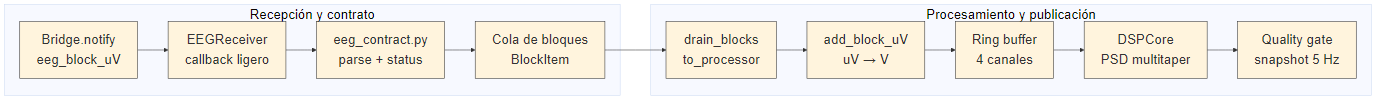
The Mermaid diagram TFG_EEG_MIDI/images/uml/impl_backend_flujo_python.png in valtorresm97/REDACCION-TFG, before a commit. Its source is kept beside it as TFG_EEG_MIDI/images/uml/impl_backend_flujo_python.mmd.
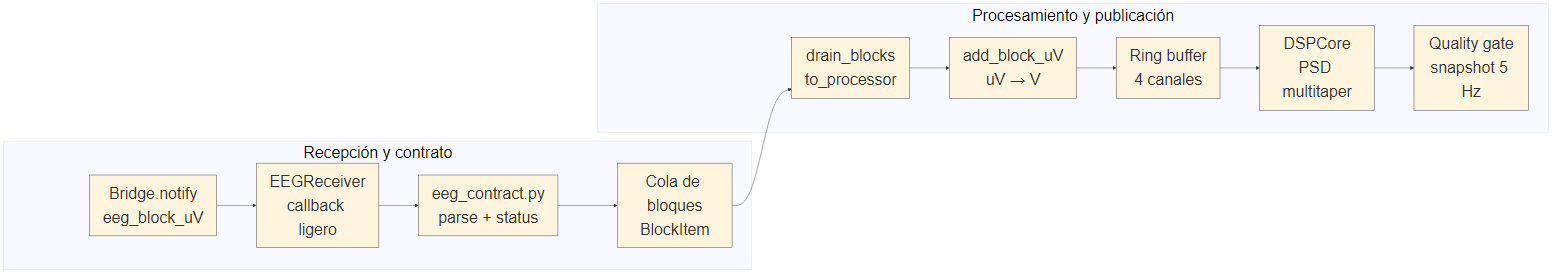
Above is the later version.

Commit message:
Update backend implementation diagrams and section

Change to the diagram source:
```diff
@@ -1,18 +1,25 @@
-%%{init: {"theme": "base", "themeVariables": {"fontSize": "24px", "fontFamily": "Arial", "primaryBorderColor": "#333333", "lineColor": "#333333"}, "flowchart": {"htmlLabels": true, "nodeSpacing": 42, "rankSpacing": 55, "curve": "basis"}}}%%
+%%{init: {"theme": "base", "themeVariables": {"fontSize": "36px", "fontFamily": "Arial", "primaryBorderColor": "#333333", "lineColor": "#333333"}, "flowchart": {"htmlLabels": true, "nodeSpacing": 80, "rankSpacing": 90, "curve": "basis"}}}%%
 flowchart LR
-  subgraph rx["Recepción y contrato"]
-    direction TB
-    event["Bridge.notify<br/>eeg_block_uV"] --> receiver["EEGReceiver<br/>callback ligero"]
-    receiver --> contract["eeg_contract.py<br/>parse + status"]
-    contract --> queue["Cola de bloques<br/>BlockItem"]
-  end
+subgraph rx["Recepción y contrato"]
+direction TB
+rx_pad[" "]
+event["Bridge.notify<br/>eeg_block_uV"] --> receiver["EEGReceiver<br/>callback ligero"]
+receiver --> contract["eeg_contract.py<br/>parse + status"]
+contract --> queue["Cola de bloques<br/>BlockItem"]
+rx_pad ~~~ event
+end
 
-  subgraph runtime["Procesamiento y publicación"]
-    direction TB
-    drain["drain_blocks<br/>to_processor"] --> ingest["add_block_uV<br/>uV → V"]
-    ingest --> ring["Ring buffer<br/>4 canales"]
-    ring --> dsp["DSPCore<br/>PSD multitaper"]
-    dsp --> snapshot["Quality gate<br/>snapshot 5 Hz"]
-  end
+subgraph runtime["Procesamiento y publicación"]
+direction TB
+rt_pad[" "]
+drain["drain_blocks<br/>to_processor"] --> ingest["add_block_uV<br/>uV → V"]
+ingest --> ring["Ring buffer<br/>4 canales"]
+ring --> dsp["DSPCore<br/>PSD multitaper"]
+dsp --> snapshot["Quality gate<br/>snapshot 5 Hz"]
+rt_pad ~~~ drain
+end
 
-  queue --> drain
+queue --> drain
+
+classDef hidden fill:transparent,stroke:transparent,color:transparent;
+class rx_pad,rt_pad hidden;
```
